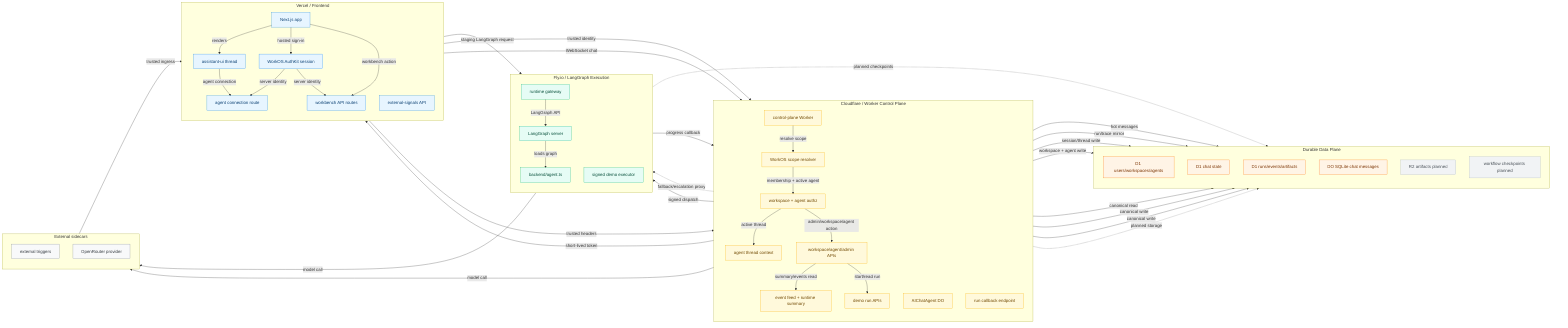
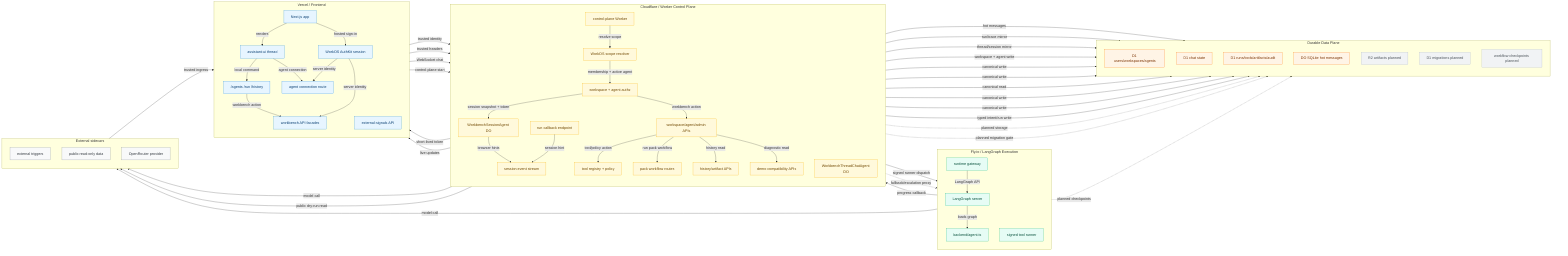
flowchart LR
  %% Assistant-mk1 current hosted implementation topology.
  %% Four-pillar source for paste-into-Excalidraw rendering.

  classDef vercel fill:#e7f5ff,stroke:#228be6,color:#0b4073
  classDef cloudflare fill:#fff9db,stroke:#fab005,color:#704800
  classDef fly fill:#e6fcf5,stroke:#12b886,color:#064f3a
  classDef data fill:#fff4e6,stroke:#fd7e14,color:#7a3300
  classDef sidecar fill:#f8f9fa,stroke:#868e96,color:#343a40
  classDef planned fill:#f1f3f5,stroke:#adb5bd,color:#495057

  subgraph sg_vercel["Vercel / Frontend"]
    direction TB
    nextApp["Next.js app"]
    authKit["WorkOS AuthKit session"]
    assistantUi["assistant-ui thread"]
+     slashSurfaces["/agents /run /history"]
    agentConnection["agent connection route"]
    signalApi["external-signals API"]
-     workbenchApi["workbench API routes"]
+     workbenchApi["workbench API facades"]
  end

  subgraph sg_cf["Cloudflare / Worker Control Plane"]
    direction TB
    worker["control-plane Worker"]
    scopeResolver["WorkOS scope resolver"]
    authz["workspace + agent authz"]
-     agentContext["agent thread context"]
-     threadAgent["AIChatAgent DO"]
+     sessionAgent["WorkbenchSessionAgent DO"]
+     threadAgent["WorkbenchThreadChatAgent DO"]
    workbenchControl["workspace/agent/admin APIs"]
-     eventFeed["event feed + runtime summary"]
-     demoRuns["demo run APIs"]
+     packWorkflows["pack workflow routes"]
+     toolPolicy["tool registry + policy"]
+     historyApi["history/artifact APIs"]
+     sessionEvents["session event stream"]
    callback["run callback endpoint"]
+     demoRuns["demo compatibility APIs"]
  end

  subgraph sg_fly["Fly.io / LangGraph Execution"]
    direction TB
    gateway["runtime gateway"]
    langgraph["LangGraph server"]
    agentGraph["backend/agent.ts"]
-     executor["signed demo executor"]
+     runner["signed tool runner"]
  end

  subgraph sg_data["Durable Data Plane"]
    direction TB
    d1Identity["D1 users/workspaces/agents"]
    d1Chat["D1 chat state"]
-     d1Control["D1 runs/events/artifacts"]
-     durableObject["DO SQLite chat messages"]
+     d1Control["D1 runs/tools/artifacts/audit"]
+     durableObject["DO SQLite hot messages"]
    r2["R2 artifacts planned"]
+     migrations["D1 migrations planned"]
    workflowState["workflow checkpoints planned"]
  end

  subgraph sg_sidecar["External sidecars"]
    direction TB
    externalTriggers["external triggers"]
+     readonlySources["public read-only data"]
    openrouter["OpenRouter provider"]
  end

  nextApp -- "renders" --> assistantUi
  nextApp -- "hosted sign-in" --> authKit
+   assistantUi -- "local command" --> slashSurfaces
+   slashSurfaces -- "workbench action" --> workbenchApi
  assistantUi -- "agent connection" --> agentConnection
+   authKit -- "server identity" --> agentConnection
+   authKit -- "server identity" --> workbenchApi
  agentConnection -- "trusted identity" --> worker
-   authKit -- "server identity" --> agentConnection
+   workbenchApi -- "trusted headers" --> worker
  worker -- "resolve scope" --> scopeResolver
  scopeResolver -- "membership + active agent" --> authz
-   authz -- "active thread" --> agentContext
-   agentContext -- "short-lived token" --> agentConnection
+   authz -- "session snapshot + token" --> sessionAgent
+   authz -- "workbench action" --> workbenchControl
+   sessionAgent -- "short-lived token" --> agentConnection
  assistantUi -- "WebSocket chat" --> threadAgent
  threadAgent -- "model call" --> openrouter
  threadAgent -- "hot messages" --> durableObject
  threadAgent -- "run/trace mirror" --> d1Control
-   agentContext -- "session/thread write" --> d1Chat
+   sessionAgent -- "thread/session mirror" --> d1Chat
+   sessionAgent -- "browser hints" --> sessionEvents
+   sessionEvents -- "live updates" --> assistantUi
+ 
+   workbenchControl -- "workspace + agent write" --> d1Identity
+   workbenchControl -- "tool/policy action" --> toolPolicy
+   workbenchControl -- "run pack workflow" --> packWorkflows
+   workbenchControl -- "history read" --> historyApi
+   packWorkflows -- "public dry-run read" --> readonlySources
+   packWorkflows -- "canonical write" --> d1Control
+   toolPolicy -- "canonical write" --> d1Control
+   historyApi -- "canonical read" --> d1Control
+   toolPolicy -- "signed runner dispatch" --> runner
+   runner -- "progress callback" --> callback
+   callback -- "canonical write" --> d1Control
+   callback -- "session hint" --> sessionEvents
+   workbenchControl -- "diagnostic read" --> demoRuns
+   demoRuns -- "canonical write" --> d1Control
+ 
+   externalTriggers -- "trusted ingress" --> signalApi
+   signalApi -- "control-plane start" --> worker
+   worker -- "typed intent/run write" --> d1Control
  worker -. "fallback/escalation proxy" .-> gateway
  gateway -- "LangGraph API" --> langgraph
  langgraph -- "loads graph" --> agentGraph
  agentGraph -- "model call" --> openrouter

-   externalTriggers -- "trusted ingress" --> signalApi
-   signalApi -- "staging LangGraph request" --> gateway
- 
-   nextApp -- "workbench action" --> workbenchApi
-   workbenchApi -- "trusted headers" --> worker
-   authKit -- "server identity" --> workbenchApi
-   authz -- "admin/workspace/agent action" --> workbenchControl
-   workbenchControl -- "workspace + agent write" --> d1Identity
-   workbenchControl -- "summary/events read" --> eventFeed
-   eventFeed -- "canonical read" --> d1Control
-   workbenchControl -- "start/read run" --> demoRuns
-   demoRuns -- "canonical write" --> d1Control
-   demoRuns -- "signed dispatch" --> executor
-   executor -- "progress callback" --> callback
-   callback -- "canonical write" --> d1Control
- 
  worker -. "planned storage" .-> r2
+   worker -. "planned migration gate" .-> migrations
  langgraph -. "planned checkpoints" .-> workflowState

-   class nextApp,authKit,assistantUi,agentConnection,signalApi,workbenchApi vercel
-   class worker,scopeResolver,authz,agentContext,threadAgent,workbenchControl,eventFeed,demoRuns,callback cloudflare
-   class gateway,langgraph,agentGraph,executor fly
+   class nextApp,authKit,assistantUi,slashSurfaces,agentConnection,signalApi,workbenchApi vercel
+   class worker,scopeResolver,authz,sessionAgent,threadAgent,workbenchControl,packWorkflows,toolPolicy,historyApi,sessionEvents,callback,demoRuns cloudflare
+   class gateway,langgraph,agentGraph,runner fly
  class d1Identity,d1Chat,d1Control,durableObject data
-   class r2,workflowState planned
-   class externalTriggers,openrouter sidecar
+   class r2,migrations,workflowState planned
+   class externalTriggers,readonlySources,openrouter sidecar
